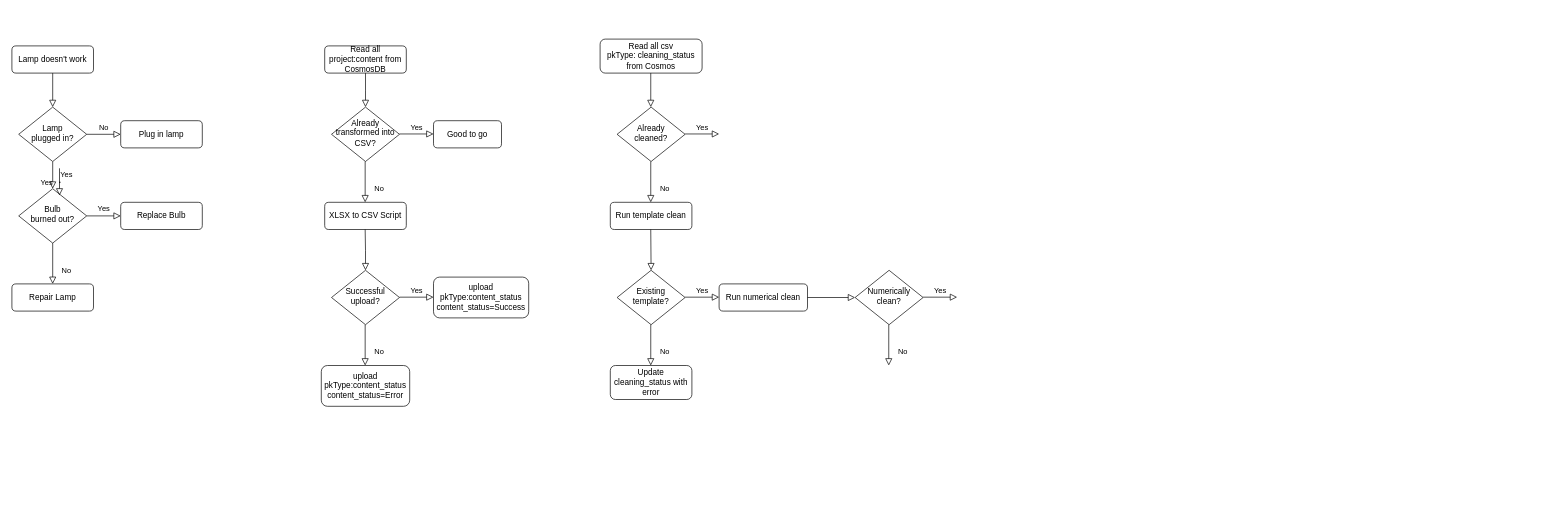
Earlier version of the draw.io diagram Untitled Diagram.drawio (wizard-agb/dashboard). Source tidied: cells renumbered, new cells numbered last; positions are measured from the earlier drawing's top-left corner, leaving out a move shared by most shapes. Both pictures are drawn from the tidied source at 68%, with x=0, y=0 at pixel (12, 39).
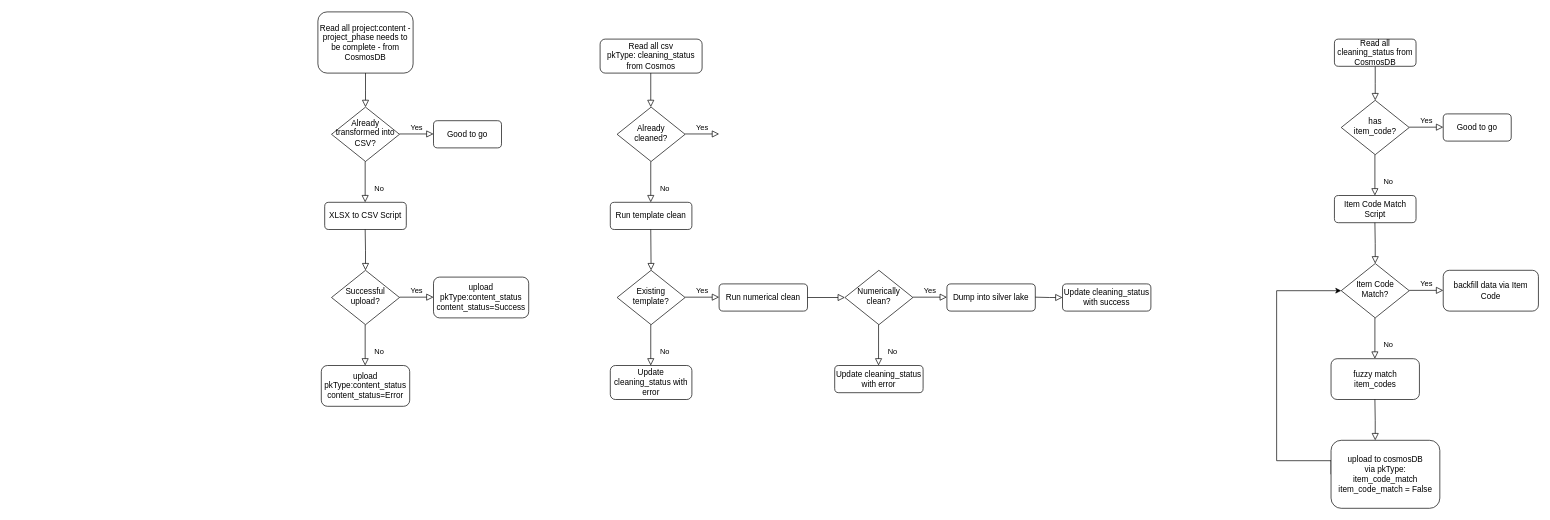
The same page after the edit.

Unchanged cells that the change refers to:
```xml
<mxCell id="35" value="Run numerical clean" style="rounded=1;whiteSpace=wrap;html=1;fontSize=12;glass=0;strokeWidth=1;shadow=0;" parent="1" vertex="1">
  <mxGeometry x="1040" y="360" width="130" height="40" as="geometry" />
</mxCell>
```

Diff of the diagram source:
```diff
@@
-    <mxCell id="2" style="rounded=0;html=1;jettySize=auto;fontSize=11;endArrow=block;endFill=0;endSize=8;strokeWidth=1;shadow=0;labelBackgroundColor=none;edgeStyle=orthogonalEdgeStyle;" parent="1" edge="1" source="3" target="6">
-      <mxGeometry relative="1" as="geometry" />
-    </mxCell>
-    <mxCell id="3" value="Lamp doesn't work" style="rounded=1;whiteSpace=wrap;html=1;fontSize=12;glass=0;strokeWidth=1;shadow=0;" parent="1" vertex="1">
-      <mxGeometry y="10" width="120" height="40" as="geometry" />
-    </mxCell>
-    <mxCell id="4" value="Yes" style="rounded=0;html=1;jettySize=auto;fontSize=11;endArrow=block;endFill=0;endSize=8;strokeWidth=1;shadow=0;labelBackgroundColor=none;edgeStyle=orthogonalEdgeStyle;" parent="1" edge="1" source="6" target="10">
-      <mxGeometry y="20" relative="1" as="geometry" />
-    </mxCell>
-    <mxCell id="5" value="No" style="edgeStyle=orthogonalEdgeStyle;rounded=0;html=1;jettySize=auto;fontSize=11;endArrow=block;endFill=0;endSize=8;strokeWidth=1;shadow=0;labelBackgroundColor=none;" parent="1" edge="1" source="6" target="7">
-      <mxGeometry y="10" relative="1" as="geometry" />
-    </mxCell>
-    <mxCell id="6" value="Lamp&lt;br&gt;plugged in?" style="rhombus;whiteSpace=wrap;html=1;shadow=0;fontFamily=Helvetica;fontSize=12;align=center;strokeWidth=1;spacing=6;spacingTop=-4;" parent="1" vertex="1">
-      <mxGeometry x="10" y="100" width="100" height="80" as="geometry" />
-    </mxCell>
-    <mxCell id="7" value="Plug in lamp" style="rounded=1;whiteSpace=wrap;html=1;fontSize=12;glass=0;strokeWidth=1;shadow=0;" parent="1" vertex="1">
-      <mxGeometry x="160" y="120" width="120" height="40" as="geometry" />
-    </mxCell>
-    <mxCell id="8" value="No" style="rounded=0;html=1;jettySize=auto;fontSize=11;endArrow=block;endFill=0;endSize=8;strokeWidth=1;shadow=0;labelBackgroundColor=none;edgeStyle=orthogonalEdgeStyle;" parent="1" edge="1" source="10" target="11">
-      <mxGeometry x="0.33" y="20" relative="1" as="geometry" />
-    </mxCell>
-    <mxCell id="9" value="Yes" style="edgeStyle=orthogonalEdgeStyle;rounded=0;html=1;jettySize=auto;fontSize=11;endArrow=block;endFill=0;endSize=8;strokeWidth=1;shadow=0;labelBackgroundColor=none;" parent="1" edge="1" source="10" target="12">
-      <mxGeometry y="10" relative="1" as="geometry" />
-    </mxCell>
-    <mxCell id="10" value="Bulb&lt;br&gt;burned out?" style="rhombus;whiteSpace=wrap;html=1;shadow=0;fontFamily=Helvetica;fontSize=12;align=center;strokeWidth=1;spacing=6;spacingTop=-4;" parent="1" vertex="1">
-      <mxGeometry x="10" y="220" width="100" height="80" as="geometry" />
-    </mxCell>
-    <mxCell id="11" value="Repair Lamp" style="rounded=1;whiteSpace=wrap;html=1;fontSize=12;glass=0;strokeWidth=1;shadow=0;" parent="1" vertex="1">
-      <mxGeometry y="360" width="120" height="40" as="geometry" />
-    </mxCell>
-    <mxCell id="12" value="Replace Bulb" style="rounded=1;whiteSpace=wrap;html=1;fontSize=12;glass=0;strokeWidth=1;shadow=0;" parent="1" vertex="1">
-      <mxGeometry x="160" y="240" width="120" height="40" as="geometry" />
-    </mxCell>
@@
-    <mxCell id="14" value="Read all project:content from CosmosDB" style="rounded=1;whiteSpace=wrap;html=1;fontSize=12;glass=0;strokeWidth=1;shadow=0;" parent="1" vertex="1">
-      <mxGeometry x="460" y="10" width="120" height="40" as="geometry" />
+    <mxCell id="14" value="Read all project:content - project_phase needs to be complete - from CosmosDB" style="rounded=1;whiteSpace=wrap;html=1;fontSize=12;glass=0;strokeWidth=1;shadow=0;" parent="1" vertex="1">
+      <mxGeometry x="450" y="-40" width="140" height="90" as="geometry" />
     </mxCell>
@@
-    <mxCell id="16" value="Yes" style="rounded=0;html=1;jettySize=auto;orthogonalLoop=1;fontSize=11;endArrow=block;endFill=0;endSize=8;strokeWidth=1;shadow=0;labelBackgroundColor=none;edgeStyle=orthogonalEdgeStyle;" parent="1" edge="1">
-      <mxGeometry y="20" relative="1" as="geometry">
-        <mxPoint x="70" y="190" as="sourcePoint" />
-        <mxPoint x="70" y="230" as="targetPoint" />
-        <Array as="points">
-          <mxPoint x="70" y="211" />
-          <mxPoint x="71" y="211" />
-          <mxPoint x="71" y="210" />
-          <mxPoint x="70" y="210" />
-        </Array>
-      </mxGeometry>
-    </mxCell>
@@
     <mxCell id="37" value="Numerically&lt;div&gt;clean?&lt;/div&gt;" style="rhombus;whiteSpace=wrap;html=1;shadow=0;fontFamily=Helvetica;fontSize=12;align=center;strokeWidth=1;spacing=6;spacingTop=-4;" parent="1" vertex="1">
-      <mxGeometry x="1240" y="340" width="100" height="80" as="geometry" />
+      <mxGeometry x="1225" y="340" width="100" height="80" as="geometry" />
     </mxCell>
@@
-    <mxCell id="40" style="rounded=0;html=1;jettySize=auto;fontSize=11;endArrow=block;endFill=0;endSize=8;strokeWidth=1;shadow=0;labelBackgroundColor=none;edgeStyle=orthogonalEdgeStyle;entryX=0;entryY=0.5;entryDx=0;entryDy=0;exitX=1;exitY=0.5;exitDx=0;exitDy=0;" parent="1" edge="1" source="35" target="37">
+    <mxCell id="40" style="rounded=0;html=1;jettySize=auto;fontSize=11;endArrow=block;endFill=0;endSize=8;strokeWidth=1;shadow=0;labelBackgroundColor=none;edgeStyle=orthogonalEdgeStyle;exitX=1;exitY=0.5;exitDx=0;exitDy=0;entryX=0;entryY=0.5;entryDx=0;entryDy=0;" parent="1" edge="1" source="35" target="37">
       <mxGeometry relative="1" as="geometry" />
     </mxCell>
     <mxCell id="41" value="Yes" style="edgeStyle=orthogonalEdgeStyle;rounded=0;html=1;jettySize=auto;orthogonalLoop=1;fontSize=11;endArrow=block;endFill=0;endSize=8;strokeWidth=1;shadow=0;labelBackgroundColor=none;" parent="1" edge="1">
       <mxGeometry y="10" relative="1" as="geometry">
-        <mxPoint x="1340" y="379.5" as="sourcePoint" />
-        <mxPoint x="1390" y="379.5" as="targetPoint" />
+        <mxPoint x="1325" y="379.5" as="sourcePoint" />
+        <mxPoint x="1375" y="379.5" as="targetPoint" />
       </mxGeometry>
     </mxCell>
     <mxCell id="42" value="No" style="rounded=0;html=1;jettySize=auto;orthogonalLoop=1;fontSize=11;endArrow=block;endFill=0;endSize=8;strokeWidth=1;shadow=0;labelBackgroundColor=none;edgeStyle=orthogonalEdgeStyle;" parent="1" edge="1">
       <mxGeometry x="0.33" y="20" relative="1" as="geometry">
-        <mxPoint x="1289.5" y="420" as="sourcePoint" />
-        <mxPoint x="1289.5" y="480" as="targetPoint" />
+        <mxPoint x="1274.5" y="420" as="sourcePoint" />
+        <mxPoint x="1274.5" y="480" as="targetPoint" />
       </mxGeometry>
     </mxCell>
+    <mxCell id="43" value="Update cleaning_status with error" style="rounded=1;whiteSpace=wrap;html=1;fontSize=12;glass=0;strokeWidth=1;shadow=0;" parent="1" vertex="1">
+      <mxGeometry x="1210" y="480" width="130" height="40" as="geometry" />
+    </mxCell>
+    <mxCell id="44" value="Dump into silver lake" style="rounded=1;whiteSpace=wrap;html=1;fontSize=12;glass=0;strokeWidth=1;shadow=0;" parent="1" vertex="1">
+      <mxGeometry x="1375" y="360" width="130" height="40" as="geometry" />
+    </mxCell>
+    <mxCell id="45" style="rounded=0;html=1;jettySize=auto;orthogonalLoop=1;fontSize=11;endArrow=block;endFill=0;endSize=8;strokeWidth=1;shadow=0;labelBackgroundColor=none;edgeStyle=orthogonalEdgeStyle;exitX=1;exitY=0.5;exitDx=0;exitDy=0;" parent="1" edge="1">
+      <mxGeometry relative="1" as="geometry">
+        <mxPoint x="1505" y="379.5" as="sourcePoint" />
+        <mxPoint x="1545" y="380" as="targetPoint" />
+      </mxGeometry>
+    </mxCell>
+    <mxCell id="46" value="Update cleaning_status with success" style="rounded=1;whiteSpace=wrap;html=1;fontSize=12;glass=0;strokeWidth=1;shadow=0;" parent="1" vertex="1">
+      <mxGeometry x="1545" y="360" width="130" height="40" as="geometry" />
+    </mxCell>
+    <mxCell id="47" style="rounded=0;html=1;jettySize=auto;fontSize=11;endArrow=block;endFill=0;endSize=8;strokeWidth=1;shadow=0;labelBackgroundColor=none;edgeStyle=orthogonalEdgeStyle;" parent="1" edge="1" source="48">
+      <mxGeometry relative="1" as="geometry">
+        <mxPoint x="2004.9" y="90" as="targetPoint" />
+      </mxGeometry>
+    </mxCell>
+    <mxCell id="48" value="Read all cleaning_status from CosmosDB" style="rounded=1;whiteSpace=wrap;html=1;fontSize=12;glass=0;strokeWidth=1;shadow=0;" parent="1" vertex="1">
+      <mxGeometry x="1944.9" width="120" height="40" as="geometry" />
+    </mxCell>
+    <mxCell id="49" value="has &lt;br&gt;item_code?" style="rhombus;whiteSpace=wrap;html=1;shadow=0;fontFamily=Helvetica;fontSize=12;align=center;strokeWidth=1;spacing=6;spacingTop=-4;" parent="1" vertex="1">
+      <mxGeometry x="1954.9" y="90" width="100" height="80" as="geometry" />
+    </mxCell>
+    <mxCell id="50" value="Yes" style="edgeStyle=orthogonalEdgeStyle;rounded=0;html=1;jettySize=auto;orthogonalLoop=1;fontSize=11;endArrow=block;endFill=0;endSize=8;strokeWidth=1;shadow=0;labelBackgroundColor=none;" parent="1" edge="1">
+      <mxGeometry y="10" relative="1" as="geometry">
+        <mxPoint x="2054.9" y="129.5" as="sourcePoint" />
+        <mxPoint x="2104.9" y="129.5" as="targetPoint" />
+      </mxGeometry>
+    </mxCell>
+    <mxCell id="51" value="No" style="rounded=0;html=1;jettySize=auto;orthogonalLoop=1;fontSize=11;endArrow=block;endFill=0;endSize=8;strokeWidth=1;shadow=0;labelBackgroundColor=none;edgeStyle=orthogonalEdgeStyle;" parent="1" edge="1">
+      <mxGeometry x="0.33" y="20" relative="1" as="geometry">
+        <mxPoint x="2004.4" y="170" as="sourcePoint" />
+        <mxPoint x="2004.4" y="230" as="targetPoint" />
+      </mxGeometry>
+    </mxCell>
+    <mxCell id="52" value="Item Code Match&lt;br&gt;Script" style="rounded=1;whiteSpace=wrap;html=1;fontSize=12;glass=0;strokeWidth=1;shadow=0;" parent="1" vertex="1">
+      <mxGeometry x="1944.9" y="230" width="120" height="40" as="geometry" />
+    </mxCell>
+    <mxCell id="53" value="Item Code Match?" style="rhombus;whiteSpace=wrap;html=1;shadow=0;fontFamily=Helvetica;fontSize=12;align=center;strokeWidth=1;spacing=6;spacingTop=-4;" parent="1" vertex="1">
+      <mxGeometry x="1954.9" y="330" width="100" height="80" as="geometry" />
+    </mxCell>
+    <mxCell id="54" value="Yes" style="edgeStyle=orthogonalEdgeStyle;rounded=0;html=1;jettySize=auto;orthogonalLoop=1;fontSize=11;endArrow=block;endFill=0;endSize=8;strokeWidth=1;shadow=0;labelBackgroundColor=none;" parent="1" edge="1">
+      <mxGeometry y="10" relative="1" as="geometry">
+        <mxPoint x="2054.9" y="369.5" as="sourcePoint" />
+        <mxPoint x="2104.9" y="369.5" as="targetPoint" />
+      </mxGeometry>
+    </mxCell>
+    <mxCell id="55" value="No" style="rounded=0;html=1;jettySize=auto;orthogonalLoop=1;fontSize=11;endArrow=block;endFill=0;endSize=8;strokeWidth=1;shadow=0;labelBackgroundColor=none;edgeStyle=orthogonalEdgeStyle;" parent="1" edge="1">
+      <mxGeometry x="0.33" y="20" relative="1" as="geometry">
+        <mxPoint x="2004.4" y="410" as="sourcePoint" />
+        <mxPoint x="2004.4" y="470" as="targetPoint" />
+      </mxGeometry>
+    </mxCell>
+    <mxCell id="56" value="fuzzy match item_codes" style="rounded=1;whiteSpace=wrap;html=1;fontSize=12;glass=0;strokeWidth=1;shadow=0;" parent="1" vertex="1">
+      <mxGeometry x="1939.9" y="470" width="130" height="60" as="geometry" />
+    </mxCell>
+    <mxCell id="57" value="backfill data via Item Code" style="rounded=1;whiteSpace=wrap;html=1;fontSize=12;glass=0;strokeWidth=1;shadow=0;" parent="1" vertex="1">
+      <mxGeometry x="2104.9" y="340" width="140" height="60" as="geometry" />
+    </mxCell>
+    <mxCell id="58" value="Good to go" style="rounded=1;whiteSpace=wrap;html=1;fontSize=12;glass=0;strokeWidth=1;shadow=0;" parent="1" vertex="1">
+      <mxGeometry x="2104.9" y="110" width="100" height="40" as="geometry" />
+    </mxCell>
+    <mxCell id="59" style="rounded=0;html=1;jettySize=auto;orthogonalLoop=1;fontSize=11;endArrow=block;endFill=0;endSize=8;strokeWidth=1;shadow=0;labelBackgroundColor=none;edgeStyle=orthogonalEdgeStyle;entryX=0.5;entryY=0;entryDx=0;entryDy=0;" parent="1" edge="1">
+      <mxGeometry relative="1" as="geometry">
+        <mxPoint x="2004.4" y="270" as="sourcePoint" />
+        <mxPoint x="2004.9" y="330" as="targetPoint" />
+      </mxGeometry>
+    </mxCell>
+    <mxCell id="60" style="rounded=0;html=1;jettySize=auto;orthogonalLoop=1;fontSize=11;endArrow=block;endFill=0;endSize=8;strokeWidth=1;shadow=0;labelBackgroundColor=none;edgeStyle=orthogonalEdgeStyle;entryX=0.5;entryY=0;entryDx=0;entryDy=0;" parent="1" edge="1">
+      <mxGeometry relative="1" as="geometry">
+        <mxPoint x="2004.4" y="530" as="sourcePoint" />
+        <mxPoint x="2004.9" y="590" as="targetPoint" />
+      </mxGeometry>
+    </mxCell>
+    <mxCell id="61" style="edgeStyle=orthogonalEdgeStyle;rounded=0;jettySize=auto;html=1;exitX=0;exitY=0.5;exitDx=0;exitDy=0;entryX=0;entryY=0.5;entryDx=0;entryDy=0;" parent="1" edge="1" source="62" target="53">
+      <mxGeometry relative="1" as="geometry">
+        <Array as="points">
+          <mxPoint x="1859.9" y="620" />
+          <mxPoint x="1859.9" y="370" />
+        </Array>
+      </mxGeometry>
+    </mxCell>
+    <mxCell id="62" value="upload to cosmosDB&lt;div&gt;via pkType: item_code_match&lt;/div&gt;&lt;div&gt;item_code_match = False&lt;/div&gt;" style="rounded=1;whiteSpace=wrap;html=1;fontSize=12;glass=0;strokeWidth=1;shadow=0;" parent="1" vertex="1">
+      <mxGeometry x="1939.9" y="590" width="160" height="100" as="geometry" />
+    </mxCell>
```
